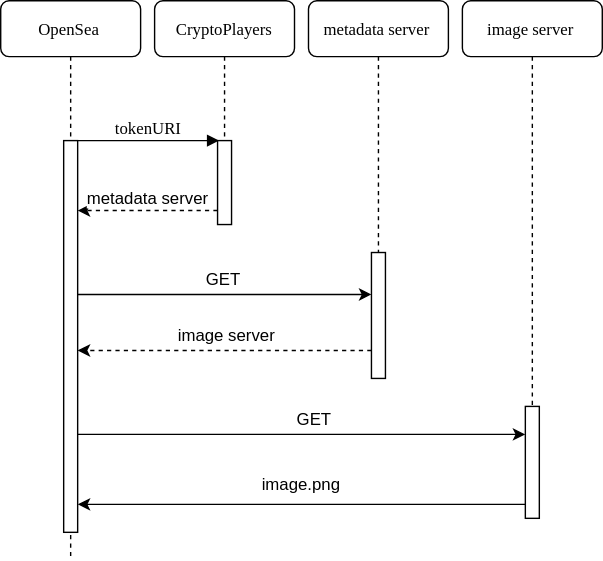
freeverseio/crypto-soccer keeps this draw.io diagram as metadata-server/doc/flow_diagram.svg. Above is the earlier version. Source tidied: cells renumbered, new cells last; positions are measured from the earlier drawing's top-left corner, leaving out a move shared by most shapes.
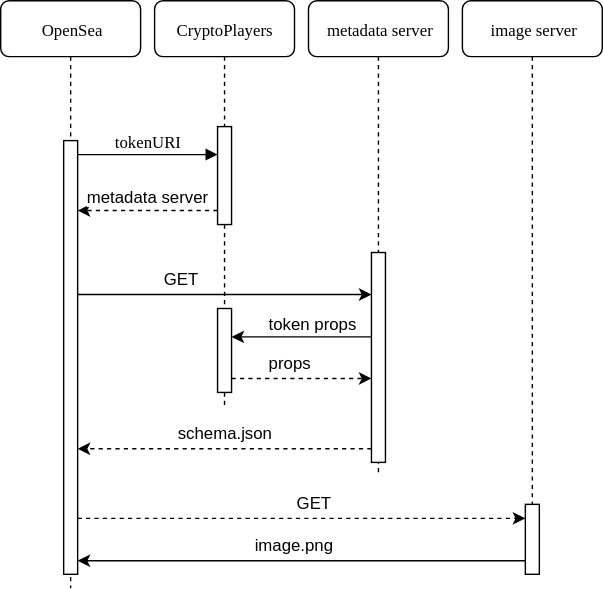
After the commit.

The edit, as a diff of the source:
```diff
@@ -3,39 +3,46 @@
     <mxCell id="0" />
     <mxCell id="1" parent="0" />
     <mxCell id="2" value="CryptoPlayers" style="shape=umlLifeline;perimeter=lifelinePerimeter;whiteSpace=wrap;html=1;rounded=1;shadow=0;comic=0;labelBackgroundColor=none;strokeColor=#000000;strokeWidth=1;fillColor=#FFFFFF;fontFamily=Verdana;fontSize=12;fontColor=#000000;align=center;" parent="1" vertex="1">
-      <mxGeometry x="110" width="100" height="160" as="geometry" />
+      <mxGeometry x="110" width="100" height="290" as="geometry" />
     </mxCell>
     <mxCell id="3" style="html=1;points=[];perimeter=orthogonalPerimeter;rounded=0;shadow=0;comic=0;labelBackgroundColor=none;strokeColor=#000000;strokeWidth=1;fillColor=#FFFFFF;fontFamily=Verdana;fontSize=12;fontColor=#000000;align=center;" parent="2" vertex="1">
-      <mxGeometry x="45" y="100" width="10" height="60" as="geometry" />
+      <mxGeometry x="45" y="90" width="10" height="70" as="geometry" />
     </mxCell>
+    <mxCell id="22" style="html=1;points=[];perimeter=orthogonalPerimeter;rounded=0;shadow=0;comic=0;labelBackgroundColor=none;strokeColor=#000000;strokeWidth=1;fillColor=#FFFFFF;fontFamily=Verdana;fontSize=12;fontColor=#000000;align=center;" parent="2" vertex="1">
+      <mxGeometry x="45" y="220" width="10" height="60" as="geometry" />
+    </mxCell>
     <mxCell id="4" value="metadata server" style="shape=umlLifeline;perimeter=lifelinePerimeter;whiteSpace=wrap;html=1;rounded=1;shadow=0;comic=0;labelBackgroundColor=none;strokeColor=#000000;strokeWidth=1;fillColor=#FFFFFF;fontFamily=Verdana;fontSize=12;fontColor=#000000;align=center;" parent="1" vertex="1">
-      <mxGeometry x="220" width="100" height="270" as="geometry" />
+      <mxGeometry x="220" width="100" height="340" as="geometry" />
     </mxCell>
     <mxCell id="5" style="html=1;points=[];perimeter=orthogonalPerimeter;rounded=0;shadow=0;comic=0;labelBackgroundColor=none;strokeColor=#000000;strokeWidth=1;fillColor=#FFFFFF;fontFamily=Verdana;fontSize=12;fontColor=#000000;align=center;" parent="4" vertex="1">
-      <mxGeometry x="45" y="180" width="10" height="90" as="geometry" />
+      <mxGeometry x="45" y="180" width="10" height="150" as="geometry" />
     </mxCell>
     <mxCell id="6" value="image server" style="shape=umlLifeline;perimeter=lifelinePerimeter;whiteSpace=wrap;html=1;rounded=1;shadow=0;comic=0;labelBackgroundColor=none;strokeColor=#000000;strokeWidth=1;fillColor=#FFFFFF;fontFamily=Verdana;fontSize=12;fontColor=#000000;align=center;" parent="1" vertex="1">
       <mxGeometry x="330" width="100" height="370" as="geometry" />
     </mxCell>
     <mxCell id="7" value="OpenSea" style="shape=umlLifeline;perimeter=lifelinePerimeter;whiteSpace=wrap;html=1;rounded=1;shadow=0;comic=0;labelBackgroundColor=none;strokeColor=#000000;strokeWidth=1;fillColor=#FFFFFF;fontFamily=Verdana;fontSize=12;fontColor=#000000;align=center;" parent="1" vertex="1">
-      <mxGeometry width="100" height="400" as="geometry" />
+      <mxGeometry width="100" height="420" as="geometry" />
     </mxCell>
     <mxCell id="8" style="html=1;points=[];perimeter=orthogonalPerimeter;rounded=0;shadow=0;comic=0;labelBackgroundColor=none;strokeColor=#000000;strokeWidth=1;fillColor=#FFFFFF;fontFamily=Verdana;fontSize=12;fontColor=#000000;align=center;" parent="7" vertex="1">
-      <mxGeometry x="45" y="100" width="10" height="280" as="geometry" />
+      <mxGeometry x="45" y="100" width="10" height="310" as="geometry" />
     </mxCell>
     <mxCell id="9" style="edgeStyle=orthogonalEdgeStyle;rounded=0;html=1;jettySize=auto;" parent="1" edge="1" source="10" target="8">
       <mxGeometry relative="1" as="geometry">
         <Array as="points">
-          <mxPoint x="140" y="360" />
-          <mxPoint x="140" y="360" />
+          <mxPoint x="220" y="400" />
+          <mxPoint x="220" y="400" />
         </Array>
       </mxGeometry>
     </mxCell>
     <mxCell id="10" style="html=1;points=[];perimeter=orthogonalPerimeter;rounded=0;shadow=0;comic=0;labelBackgroundColor=none;strokeColor=#000000;strokeWidth=1;fillColor=#FFFFFF;fontFamily=Verdana;fontSize=12;fontColor=#000000;align=center;" parent="1" vertex="1">
-      <mxGeometry x="375" y="290" width="10" height="80" as="geometry" />
+      <mxGeometry x="375" y="360" width="10" height="50" as="geometry" />
     </mxCell>
-    <mxCell id="11" value="tokenURI" style="html=1;verticalAlign=bottom;endArrow=block;entryX=0;entryY=0;labelBackgroundColor=none;fontFamily=Verdana;fontSize=12;edgeStyle=elbowEdgeStyle;elbow=vertical;" parent="1" edge="1" source="8" target="3">
-      <mxGeometry relative="1" as="geometry" />
+    <mxCell id="11" value="tokenURI" style="html=1;verticalAlign=bottom;endArrow=block;labelBackgroundColor=none;fontFamily=Verdana;fontSize=12;edgeStyle=elbowEdgeStyle;elbow=vertical;" parent="1" edge="1" source="8" target="3">
+      <mxGeometry relative="1" as="geometry">
+        <Array as="points">
+          <mxPoint x="105" y="110" />
+        </Array>
+      </mxGeometry>
     </mxCell>
     <mxCell id="12" value="dispatch" style="html=1;verticalAlign=bottom;endArrow=block;labelBackgroundColor=none;fontFamily=Verdana;fontSize=12;elbow=vertical;edgeStyle=orthogonalEdgeStyle;curved=1;entryX=1;entryY=0.286;entryPerimeter=0;exitX=1.038;exitY=0.345;exitPerimeter=0;" parent="1" edge="1" target="x">
       <mxGeometry relative="1" as="geometry">
@@ -68,32 +75,54 @@
       </mxGeometry>
     </mxCell>
     <mxCell id="16" value="GET" style="text;html=1;align=left;verticalAlign=top;spacingTop=-4;" parent="1" vertex="1">
-      <mxGeometry x="145" y="190" width="40" height="20" as="geometry" />
+      <mxGeometry x="115" y="190" width="40" height="20" as="geometry" />
     </mxCell>
-    <mxCell id="17" style="edgeStyle=orthogonalEdgeStyle;rounded=0;html=1;jettySize=auto;dashed=1;" parent="1" edge="1" source="5" target="8">
-      <mxGeometry relative="1" as="geometry">
-        <Array as="points">
-          <mxPoint x="120" y="250" />
-          <mxPoint x="120" y="250" />
-        </Array>
-      </mxGeometry>
-    </mxCell>
-    <mxCell id="18" value="image server&lt;br&gt;" style="text;html=1;align=left;verticalAlign=top;spacingTop=-4;" parent="1" vertex="1">
-      <mxGeometry x="125" y="230" width="80" height="20" as="geometry" />
-    </mxCell>
-    <mxCell id="19" style="edgeStyle=orthogonalEdgeStyle;rounded=0;html=1;jettySize=auto;" parent="1" edge="1" source="8" target="10">
-      <mxGeometry relative="1" as="geometry">
-        <Array as="points">
-          <mxPoint x="140" y="310" />
-          <mxPoint x="140" y="310" />
-        </Array>
-      </mxGeometry>
-    </mxCell>
     <mxCell id="20" value="GET" style="text;html=1;align=left;verticalAlign=top;spacingTop=-4;" parent="1" vertex="1">
-      <mxGeometry x="210" y="290" width="40" height="20" as="geometry" />
+      <mxGeometry x="210" y="350" width="40" height="20" as="geometry" />
     </mxCell>
     <mxCell id="21" value="image.png&lt;br&gt;" style="text;html=1;align=left;verticalAlign=top;spacingTop=-4;" parent="1" vertex="1">
-      <mxGeometry x="185" y="336" width="70" height="20" as="geometry" />
+      <mxGeometry x="180" y="380" width="70" height="20" as="geometry" />
     </mxCell>
+    <mxCell id="18" value="schema.json&lt;br&gt;" style="text;html=1;align=left;verticalAlign=top;spacingTop=-4;" parent="1" vertex="1">
+      <mxGeometry x="125" y="300" width="80" height="20" as="geometry" />
+    </mxCell>
+    <mxCell id="23" style="edgeStyle=orthogonalEdgeStyle;rounded=0;html=1;jettySize=auto;" parent="1" edge="1" source="5" target="22">
+      <mxGeometry relative="1" as="geometry">
+        <Array as="points">
+          <mxPoint x="190" y="240" />
+          <mxPoint x="190" y="240" />
+        </Array>
+      </mxGeometry>
+    </mxCell>
+    <mxCell id="24" value="token props" style="text;html=1;align=left;verticalAlign=top;spacingTop=-4;" parent="1" vertex="1">
+      <mxGeometry x="190" y="222" width="80" height="20" as="geometry" />
+    </mxCell>
+    <mxCell id="25" style="edgeStyle=orthogonalEdgeStyle;rounded=0;html=1;jettySize=auto;dashed=1;" parent="1" edge="1" source="22" target="5">
+      <mxGeometry relative="1" as="geometry">
+        <Array as="points">
+          <mxPoint x="240" y="270" />
+          <mxPoint x="240" y="270" />
+        </Array>
+      </mxGeometry>
+    </mxCell>
+    <mxCell id="26" value="props" style="text;html=1;align=left;verticalAlign=top;spacingTop=-4;" parent="1" vertex="1">
+      <mxGeometry x="190" y="250" width="50" height="20" as="geometry" />
+    </mxCell>
+    <mxCell id="17" style="edgeStyle=orthogonalEdgeStyle;rounded=0;html=1;dashed=1;jettySize=auto;" parent="1" edge="1" source="5" target="8">
+      <mxGeometry relative="1" as="geometry">
+        <Array as="points">
+          <mxPoint x="110" y="320" />
+          <mxPoint x="110" y="320" />
+        </Array>
+      </mxGeometry>
+    </mxCell>
+    <mxCell id="19" style="edgeStyle=orthogonalEdgeStyle;rounded=0;html=1;dashed=1;jettySize=auto;" parent="1" edge="1" source="8" target="10">
+      <mxGeometry relative="1" as="geometry">
+        <Array as="points">
+          <mxPoint x="150" y="370" />
+          <mxPoint x="150" y="370" />
+        </Array>
+      </mxGeometry>
+    </mxCell>
   </root>
 </mxGraphModel>
```
